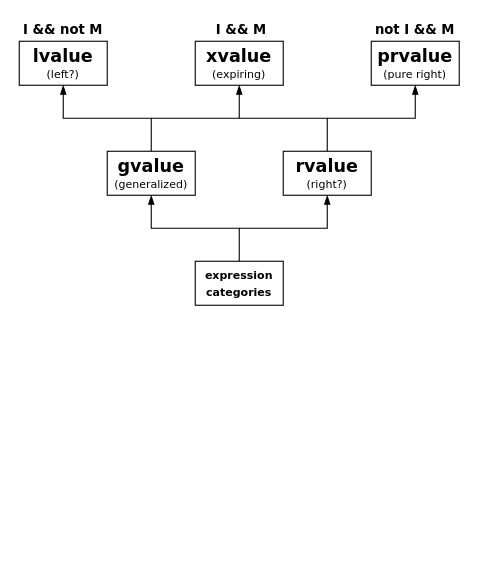
Earlier version of the draw.io diagram projects/examples/source/03.14.expression.classification.drawio (i-s-m-mipt/Education). Source tidied: cells renumbered, new cells numbered last; positions are measured from the earlier drawing's top-left corner, leaving out a move shared by most shapes. Both pictures are drawn from the tidied source at 110%, with x=0, y=0 at pixel (19, 19).
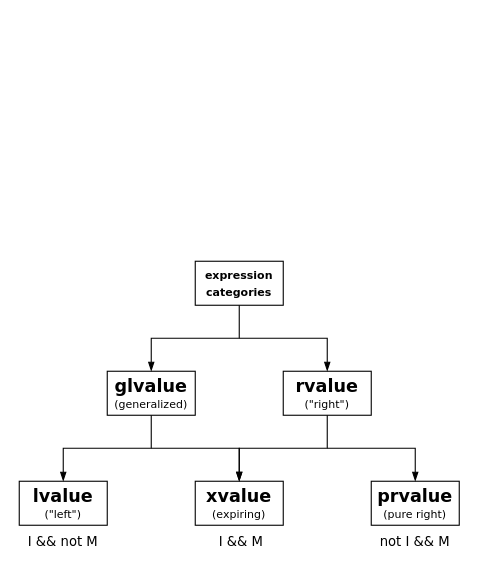
Above is the later version.

Commit message (it also covers changes not shown here):
Доработана схема 03.14.

Change to the diagram source:
```diff
@@
     <mxCell id="2" value="&lt;font style=&quot;&quot; face=&quot;Verdana&quot;&gt;&lt;span style=&quot;font-size: 16px; font-weight: bold;&quot;&gt;prvalue&lt;/span&gt;&lt;br&gt;&lt;font style=&quot;font-size: 10px;&quot;&gt;(pure right)&lt;/font&gt;&lt;br&gt;&lt;/font&gt;" style="rounded=0;whiteSpace=wrap;html=1;" parent="1" vertex="1">
-      <mxGeometry x="320" y="20" width="80" height="40" as="geometry" />
+      <mxGeometry x="320" y="420" width="80" height="40" as="geometry" />
     </mxCell>
     <mxCell id="3" value="&lt;font style=&quot;&quot; face=&quot;Verdana&quot;&gt;&lt;span style=&quot;font-size: 16px; font-weight: bold;&quot;&gt;xvalue&lt;/span&gt;&lt;br&gt;&lt;font style=&quot;font-size: 10px;&quot;&gt;(expiring)&lt;/font&gt;&lt;br&gt;&lt;/font&gt;" style="rounded=0;whiteSpace=wrap;html=1;" parent="1" vertex="1">
-      <mxGeometry x="160" y="20" width="80" height="40" as="geometry" />
+      <mxGeometry x="160" y="420" width="80" height="40" as="geometry" />
     </mxCell>
-    <mxCell id="4" value="&lt;font style=&quot;&quot; face=&quot;Verdana&quot;&gt;&lt;span style=&quot;font-size: 16px; font-weight: bold;&quot;&gt;gvalue&lt;/span&gt;&lt;br&gt;&lt;font style=&quot;font-size: 10px;&quot;&gt;(generalized)&lt;/font&gt;&lt;br&gt;&lt;/font&gt;" style="rounded=0;whiteSpace=wrap;html=1;" parent="1" vertex="1">
-      <mxGeometry x="80" y="120" width="80" height="40" as="geometry" />
+    <mxCell id="4" value="&lt;font style=&quot;&quot; face=&quot;Verdana&quot;&gt;&lt;span style=&quot;font-size: 16px; font-weight: bold;&quot;&gt;glvalue&lt;/span&gt;&lt;br&gt;&lt;font style=&quot;font-size: 10px;&quot;&gt;(generalized)&lt;/font&gt;&lt;br&gt;&lt;/font&gt;" style="rounded=0;whiteSpace=wrap;html=1;" parent="1" vertex="1">
+      <mxGeometry x="80" y="320" width="80" height="40" as="geometry" />
     </mxCell>
-    <mxCell id="5" value="&lt;font style=&quot;&quot; face=&quot;Verdana&quot;&gt;&lt;span style=&quot;font-size: 16px; font-weight: bold;&quot;&gt;rvalue&lt;/span&gt;&lt;br&gt;&lt;font style=&quot;font-size: 10px;&quot;&gt;(right?)&lt;/font&gt;&lt;br&gt;&lt;/font&gt;" style="rounded=0;whiteSpace=wrap;html=1;" parent="1" vertex="1">
-      <mxGeometry x="240" y="120" width="80" height="40" as="geometry" />
+    <mxCell id="5" value="&lt;font style=&quot;&quot; face=&quot;Verdana&quot;&gt;&lt;span style=&quot;font-size: 16px; font-weight: bold;&quot;&gt;rvalue&lt;/span&gt;&lt;br&gt;&lt;font style=&quot;font-size: 10px;&quot;&gt;(&quot;right&quot;)&lt;/font&gt;&lt;br&gt;&lt;/font&gt;" style="rounded=0;whiteSpace=wrap;html=1;" parent="1" vertex="1">
+      <mxGeometry x="240" y="320" width="80" height="40" as="geometry" />
     </mxCell>
-    <mxCell id="6" style="endArrow=none;html=1;rounded=0;entryX=0.5;entryY=0;entryDx=0;entryDy=0;exitX=0.5;exitY=1;exitDx=0;exitDy=0;startArrow=blockThin;startFill=1;" parent="1" edge="1" source="10" target="4">
-      <mxGeometry relative="1" as="geometry">
-        <Array as="points">
-          <mxPoint x="40" y="90" />
-          <mxPoint x="120" y="90" />
-        </Array>
-      </mxGeometry>
-    </mxCell>
-    <mxCell id="7" style="endArrow=blockThin;html=1;rounded=0;entryX=0.5;entryY=1;entryDx=0;entryDy=0;endFill=1;" parent="1" edge="1" target="3">
-      <mxGeometry relative="1" as="geometry">
-        <mxPoint x="120" y="90" as="sourcePoint" />
-        <Array as="points">
-          <mxPoint x="200" y="90" />
-        </Array>
-      </mxGeometry>
-    </mxCell>
-    <mxCell id="8" style="endArrow=none;html=1;rounded=0;entryX=0.5;entryY=0;entryDx=0;entryDy=0;" parent="1" edge="1" target="5">
-      <mxGeometry relative="1" as="geometry">
-        <mxPoint x="200" y="90" as="sourcePoint" />
-        <Array as="points">
-          <mxPoint x="280" y="90" />
-        </Array>
-      </mxGeometry>
-    </mxCell>
-    <mxCell id="9" style="endArrow=blockThin;html=1;rounded=0;entryX=0.5;entryY=1;entryDx=0;entryDy=0;endFill=1;" parent="1" edge="1" target="2">
-      <mxGeometry relative="1" as="geometry">
-        <mxPoint x="280" y="90" as="sourcePoint" />
-        <Array as="points">
-          <mxPoint x="360" y="90" />
-        </Array>
-      </mxGeometry>
-    </mxCell>
-    <mxCell id="10" value="&lt;font style=&quot;&quot; face=&quot;Verdana&quot;&gt;&lt;span style=&quot;font-size: 16px; font-weight: bold;&quot;&gt;lvalue&lt;/span&gt;&lt;br&gt;&lt;font style=&quot;font-size: 10px;&quot;&gt;(left?)&lt;/font&gt;&lt;br&gt;&lt;/font&gt;" style="rounded=0;whiteSpace=wrap;html=1;" parent="1" vertex="1">
-      <mxGeometry y="20" width="80" height="40" as="geometry" />
+    <mxCell id="10" value="&lt;font style=&quot;&quot; face=&quot;Verdana&quot;&gt;&lt;span style=&quot;font-size: 16px; font-weight: bold;&quot;&gt;lvalue&lt;/span&gt;&lt;br&gt;&lt;font style=&quot;font-size: 10px;&quot;&gt;(&quot;left&quot;)&lt;/font&gt;&lt;br&gt;&lt;/font&gt;" style="rounded=0;whiteSpace=wrap;html=1;" parent="1" vertex="1">
+      <mxGeometry y="420" width="80" height="40" as="geometry" />
     </mxCell>
-    <mxCell id="11" value="&lt;font size=&quot;1&quot; face=&quot;Verdana&quot;&gt;&lt;b style=&quot;font-size: 12px;&quot;&gt;I &amp;amp;&amp;amp; not M&lt;/b&gt;&lt;/font&gt;" style="text;html=1;strokeColor=none;fillColor=none;align=center;verticalAlign=middle;whiteSpace=wrap;rounded=0;" parent="1" vertex="1">
-      <mxGeometry width="80" height="20" as="geometry" />
+    <mxCell id="11" value="&lt;font size=&quot;1&quot; face=&quot;Verdana&quot;&gt;&lt;span style=&quot;font-size: 12px;&quot;&gt;I &amp;amp;&amp;amp; not M&lt;/span&gt;&lt;/font&gt;" style="text;html=1;strokeColor=none;fillColor=none;align=center;verticalAlign=middle;whiteSpace=wrap;rounded=0;" parent="1" vertex="1">
+      <mxGeometry y="460" width="80" height="30" as="geometry" />
     </mxCell>
-    <mxCell id="12" value="&lt;font size=&quot;1&quot; face=&quot;Verdana&quot;&gt;&lt;b style=&quot;font-size: 12px;&quot;&gt;not I &amp;amp;&amp;amp; M&lt;/b&gt;&lt;/font&gt;" style="text;html=1;strokeColor=none;fillColor=none;align=center;verticalAlign=middle;whiteSpace=wrap;rounded=0;" parent="1" vertex="1">
-      <mxGeometry x="320" width="80" height="20" as="geometry" />
+    <mxCell id="12" value="&lt;font size=&quot;1&quot; face=&quot;Verdana&quot;&gt;&lt;span style=&quot;font-size: 12px;&quot;&gt;not I &amp;amp;&amp;amp; M&lt;/span&gt;&lt;/font&gt;" style="text;html=1;strokeColor=none;fillColor=none;align=center;verticalAlign=middle;whiteSpace=wrap;rounded=0;" parent="1" vertex="1">
+      <mxGeometry x="320" y="460" width="80" height="30" as="geometry" />
     </mxCell>
-    <mxCell id="13" value="&lt;font size=&quot;1&quot; face=&quot;Verdana&quot;&gt;&lt;b style=&quot;&quot;&gt;expression&lt;br&gt;categories&lt;br&gt;&lt;/b&gt;&lt;/font&gt;" style="rounded=0;whiteSpace=wrap;html=1;" parent="1" vertex="1">
+    <mxCell id="13" value="&lt;font size=&quot;1&quot; face=&quot;Verdana&quot;&gt;&lt;b style=&quot;&quot;&gt;expression&lt;/b&gt;&lt;/font&gt;&lt;div&gt;&lt;font size=&quot;1&quot; face=&quot;Verdana&quot;&gt;&lt;b style=&quot;&quot;&gt;categories&lt;br&gt;&lt;/b&gt;&lt;/font&gt;&lt;/div&gt;" style="rounded=0;whiteSpace=wrap;html=1;" parent="1" vertex="1">
       <mxGeometry x="160" y="220" width="80" height="40" as="geometry" />
     </mxCell>
-    <mxCell id="14" style="endArrow=blockThin;html=1;rounded=0;exitX=0.5;exitY=0;exitDx=0;exitDy=0;entryX=0.5;entryY=1;entryDx=0;entryDy=0;endFill=1;" parent="1" edge="1" source="13" target="4">
-      <mxGeometry relative="1" as="geometry">
-        <Array as="points">
-          <mxPoint x="200" y="190" />
-          <mxPoint x="120" y="190" />
-        </Array>
-      </mxGeometry>
-    </mxCell>
-    <mxCell id="15" style="endArrow=blockThin;html=1;rounded=0;entryX=0.5;entryY=1;entryDx=0;entryDy=0;endFill=1;" parent="1" edge="1" target="5">
+    <mxCell id="15" style="endArrow=blockThin;html=1;rounded=0;entryX=0.5;entryY=0;entryDx=0;entryDy=0;endFill=1;" parent="1" edge="1" target="5">
       <mxGeometry relative="1" as="geometry">
-        <mxPoint x="200" y="190" as="sourcePoint" />
+        <mxPoint x="200" y="290" as="sourcePoint" />
         <Array as="points">
-          <mxPoint x="280" y="190" />
+          <mxPoint x="280" y="290" />
         </Array>
       </mxGeometry>
     </mxCell>
-    <mxCell id="16" value="&lt;font size=&quot;1&quot; face=&quot;Verdana&quot;&gt;&lt;b style=&quot;font-size: 12px;&quot;&gt;&amp;nbsp;I &amp;amp;&amp;amp; M&lt;/b&gt;&lt;/font&gt;" style="text;html=1;strokeColor=none;fillColor=none;align=center;verticalAlign=middle;whiteSpace=wrap;rounded=0;" parent="1" vertex="1">
-      <mxGeometry x="160" width="80" height="20" as="geometry" />
+    <mxCell id="16" value="&lt;font size=&quot;1&quot; face=&quot;Verdana&quot;&gt;&lt;span style=&quot;font-size: 12px;&quot;&gt;&amp;nbsp;I &amp;amp;&amp;amp; M&lt;/span&gt;&lt;/font&gt;" style="text;html=1;strokeColor=none;fillColor=none;align=center;verticalAlign=middle;whiteSpace=wrap;rounded=0;" parent="1" vertex="1">
+      <mxGeometry x="160" y="460" width="80" height="30" as="geometry" />
     </mxCell>
+    <mxCell id="14" style="endArrow=blockThin;html=1;rounded=0;entryX=0.5;entryY=0;entryDx=0;entryDy=0;endFill=1;exitX=0.5;exitY=1;exitDx=0;exitDy=0;" parent="1" edge="1" source="13" target="4">
+      <mxGeometry relative="1" as="geometry">
+        <Array as="points">
+          <mxPoint x="200" y="290" />
+          <mxPoint x="120" y="290" />
+        </Array>
+      </mxGeometry>
+    </mxCell>
+    <mxCell id="17" style="endArrow=blockThin;html=1;rounded=0;entryX=0.5;entryY=0;entryDx=0;entryDy=0;endFill=1;exitX=0.5;exitY=1;exitDx=0;exitDy=0;" parent="1" edge="1">
+      <mxGeometry relative="1" as="geometry">
+        <mxPoint x="120" y="360" as="sourcePoint" />
+        <mxPoint x="40" y="420" as="targetPoint" />
+        <Array as="points">
+          <mxPoint x="120" y="390" />
+          <mxPoint x="40" y="390" />
+        </Array>
+      </mxGeometry>
+    </mxCell>
+    <mxCell id="18" style="endArrow=blockThin;html=1;rounded=0;entryX=0.5;entryY=0;entryDx=0;entryDy=0;endFill=1;exitX=0.5;exitY=1;exitDx=0;exitDy=0;" parent="1" edge="1">
+      <mxGeometry relative="1" as="geometry">
+        <mxPoint x="280" y="360" as="sourcePoint" />
+        <mxPoint x="200" y="420" as="targetPoint" />
+        <Array as="points">
+          <mxPoint x="280" y="390" />
+          <mxPoint x="200" y="390" />
+        </Array>
+      </mxGeometry>
+    </mxCell>
+    <mxCell id="19" style="endArrow=blockThin;html=1;rounded=0;entryX=0.5;entryY=0;entryDx=0;entryDy=0;endFill=1;" parent="1" edge="1">
+      <mxGeometry relative="1" as="geometry">
+        <mxPoint x="280" y="390" as="sourcePoint" />
+        <mxPoint x="360" y="420" as="targetPoint" />
+        <Array as="points">
+          <mxPoint x="360" y="390" />
+        </Array>
+      </mxGeometry>
+    </mxCell>
+    <mxCell id="20" style="endArrow=blockThin;html=1;rounded=0;entryX=0.5;entryY=0;entryDx=0;entryDy=0;endFill=1;" parent="1" edge="1">
+      <mxGeometry relative="1" as="geometry">
+        <mxPoint x="120" y="390" as="sourcePoint" />
+        <mxPoint x="200" y="420" as="targetPoint" />
+        <Array as="points">
+          <mxPoint x="200" y="390" />
+        </Array>
+      </mxGeometry>
+    </mxCell>
```
